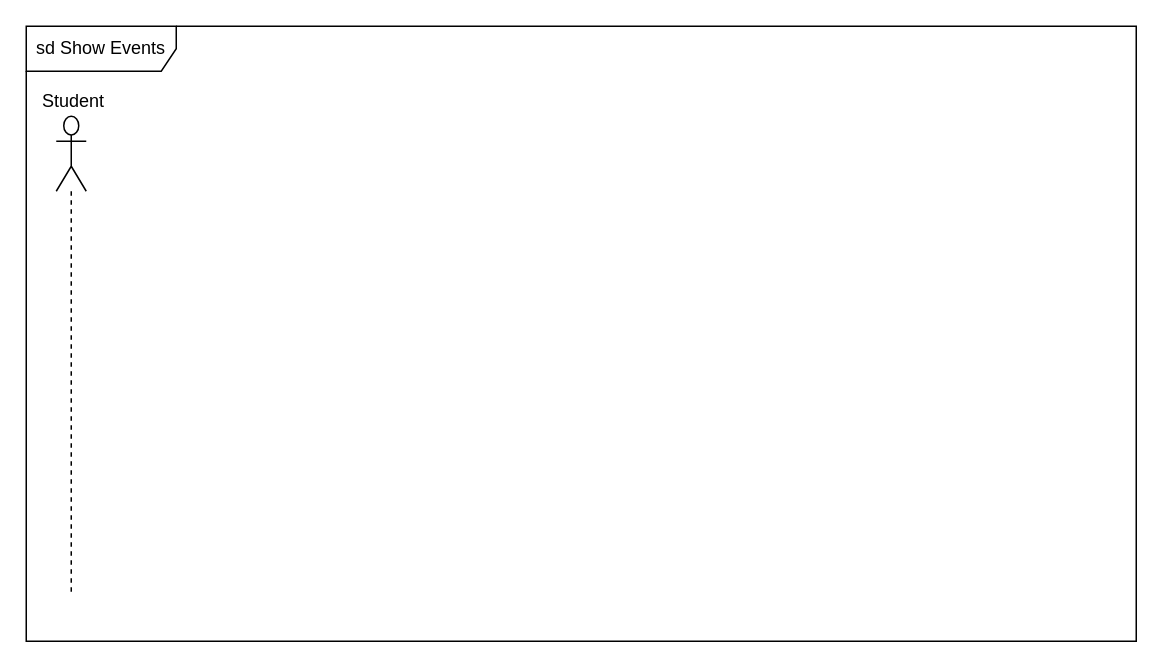
m-bassiri/HamyarApp keeps this draw.io diagram as Show Events Sequence Diagram.drawio. Above is the earlier version. Source tidied: cells renumbered, new cells numbered last; positions are measured from the earlier drawing's top-left corner, leaving out a move shared by most shapes. Both pictures are drawn from the tidied source at 150%, with x=0, y=0 at pixel (26, 26).
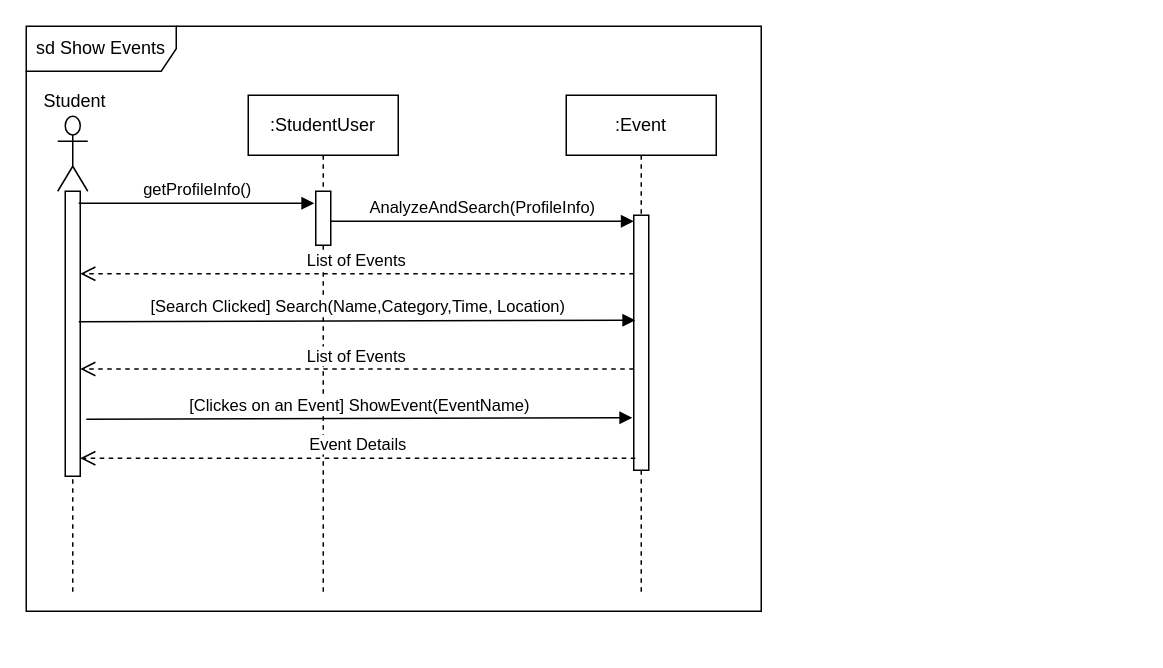
The same diagram, later.

The edit, as a diff of the source:
```diff
@@
     <mxCell id="2" value="sd Show Events&lt;br&gt;" style="shape=umlFrame;whiteSpace=wrap;html=1;width=100;height=30;" parent="1" vertex="1">
-      <mxGeometry width="740" height="410" as="geometry" />
+      <mxGeometry width="490" height="390" as="geometry" />
     </mxCell>
+    <mxCell id="5" style="group;" parent="1" vertex="1">
+      <mxGeometry x="10" y="40" width="60" height="340" as="geometry" />
+    </mxCell>
-    <mxCell id="3" style="shape=umlLifeline;participant=umlActor;perimeter=lifelinePerimeter;whiteSpace=wrap;html=1;verticalAlign=top;spacingTop=36;labelBackgroundColor=#ffffff;size=50;" parent="1" vertex="1">
-      <mxGeometry x="20" y="60" width="20" height="320" as="geometry" />
+    <mxCell id="3" style="shape=umlLifeline;participant=umlActor;perimeter=lifelinePerimeter;whiteSpace=wrap;html=1;verticalAlign=top;spacingTop=36;labelBackgroundColor=#ffffff;size=50;" parent="5" vertex="1">
+      <mxGeometry x="11" y="20" width="20" height="320" as="geometry" />
     </mxCell>
+    <mxCell id="6" style="html=1;perimeter=orthogonalPerimeter;" parent="3" vertex="1">
+      <mxGeometry x="5" y="50" width="10" height="190" as="geometry" />
+    </mxCell>
+    <mxCell id="7" value="getProfileInfo()" style="html=1;verticalAlign=bottom;endArrow=block;entryX=-0.1;entryY=0.315;entryDx=0;entryDy=0;entryPerimeter=0;" parent="3" edge="1">
+      <mxGeometry relative="1" as="geometry">
+        <mxPoint x="14" y="58" as="sourcePoint" />
+        <mxPoint x="171" y="58" as="targetPoint" />
+      </mxGeometry>
+    </mxCell>
-    <mxCell id="4" value="Student" style="text;html=1;align=left;verticalAlign=top;spacingTop=-4;" parent="1" vertex="1">
-      <mxGeometry x="9" y="40" width="60" height="20" as="geometry" />
+    <mxCell id="4" value="Student" style="text;html=1;align=left;verticalAlign=top;spacingTop=-4;" parent="5" vertex="1">
+      <mxGeometry width="60" height="20" as="geometry" />
     </mxCell>
+    <mxCell id="8" value=":StudentUser" style="shape=umlLifeline;perimeter=lifelinePerimeter;whiteSpace=wrap;html=1;" parent="1" vertex="1">
+      <mxGeometry x="148" y="46" width="100" height="334" as="geometry" />
+    </mxCell>
+    <mxCell id="9" style="html=1;points=[];perimeter=orthogonalPerimeter;" parent="8" vertex="1">
+      <mxGeometry x="45" y="64" width="10" height="36" as="geometry" />
+    </mxCell>
+    <mxCell id="10" value=":Event&lt;br&gt;" style="shape=umlLifeline;perimeter=lifelinePerimeter;whiteSpace=wrap;html=1;" parent="1" vertex="1">
+      <mxGeometry x="360" y="46" width="100" height="334" as="geometry" />
+    </mxCell>
+    <mxCell id="11" style="html=1;points=[];perimeter=orthogonalPerimeter;" parent="10" vertex="1">
+      <mxGeometry x="45" y="80" width="10" height="170" as="geometry" />
+    </mxCell>
+    <mxCell id="12" value="AnalyzeAndSearch(ProfileInfo)&lt;br&gt;" style="html=1;verticalAlign=bottom;endArrow=block;exitX=1;exitY=0.556;exitDx=0;exitDy=0;exitPerimeter=0;" parent="1" edge="1" source="9" target="11">
+      <mxGeometry relative="1" as="geometry" />
+    </mxCell>
+    <mxCell id="13" value="List of Events" style="html=1;verticalAlign=bottom;endArrow=open;dashed=1;endSize=8;exitX=0.033;exitY=0.5;exitDx=0;exitDy=0;exitPerimeter=0;" parent="1" edge="1">
+      <mxGeometry relative="1" as="geometry">
+        <mxPoint x="405" y="165" as="sourcePoint" />
+        <mxPoint x="36" y="165" as="targetPoint" />
+      </mxGeometry>
+    </mxCell>
+    <mxCell id="14" value="[Search Clicked] Search(Name,Category,Time, Location)" style="html=1;verticalAlign=bottom;endArrow=block;exitX=0.933;exitY=0.533;exitDx=0;exitDy=0;exitPerimeter=0;entryX=0.1;entryY=0.522;entryDx=0;entryDy=0;entryPerimeter=0;" parent="1" edge="1">
+      <mxGeometry relative="1" as="geometry">
+        <mxPoint x="35" y="197" as="sourcePoint" />
+        <mxPoint x="406" y="196" as="targetPoint" />
+      </mxGeometry>
+    </mxCell>
+    <mxCell id="15" value="List of Events" style="html=1;verticalAlign=bottom;endArrow=open;dashed=1;endSize=8;exitX=0.033;exitY=0.5;exitDx=0;exitDy=0;exitPerimeter=0;" parent="1" edge="1">
+      <mxGeometry relative="1" as="geometry">
+        <mxPoint x="405" y="228.5" as="sourcePoint" />
+        <mxPoint x="36" y="228.5" as="targetPoint" />
+      </mxGeometry>
+    </mxCell>
+    <mxCell id="16" value="[Clickes on an Event] ShowEvent(EventName)" style="html=1;verticalAlign=bottom;endArrow=block;exitX=1.4;exitY=0.863;exitDx=0;exitDy=0;exitPerimeter=0;entryX=-0.1;entryY=0.867;entryDx=0;entryDy=0;entryPerimeter=0;" parent="1" edge="1">
+      <mxGeometry relative="1" as="geometry">
+        <mxPoint x="40" y="262" as="sourcePoint" />
+        <mxPoint x="404" y="261" as="targetPoint" />
+      </mxGeometry>
+    </mxCell>
+    <mxCell id="17" value="Event Details" style="html=1;verticalAlign=bottom;endArrow=open;dashed=1;endSize=8;exitX=0.1;exitY=0.902;exitDx=0;exitDy=0;exitPerimeter=0;entryX=1;entryY=0.891;entryDx=0;entryDy=0;entryPerimeter=0;" parent="1" edge="1">
+      <mxGeometry relative="1" as="geometry">
+        <mxPoint x="406" y="288" as="sourcePoint" />
+        <mxPoint x="36" y="288" as="targetPoint" />
+      </mxGeometry>
+    </mxCell>
```
